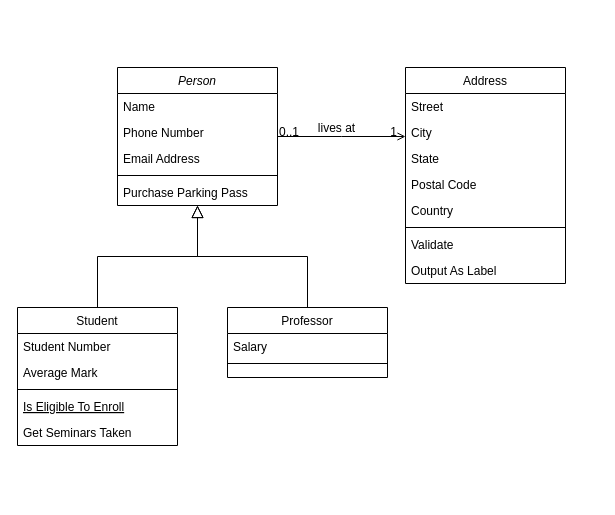
LucasOtw/Site_Bonifacio keeps this draw.io diagram as Diagramme sans nom.drawio. Above is the earlier version. Source tidied: cells renumbered, new cells numbered last; positions are measured from the earlier drawing's top-left corner, leaving out a move shared by most shapes. Both pictures are drawn from the tidied source at 100%, with x=0, y=0 at pixel (17, 67).
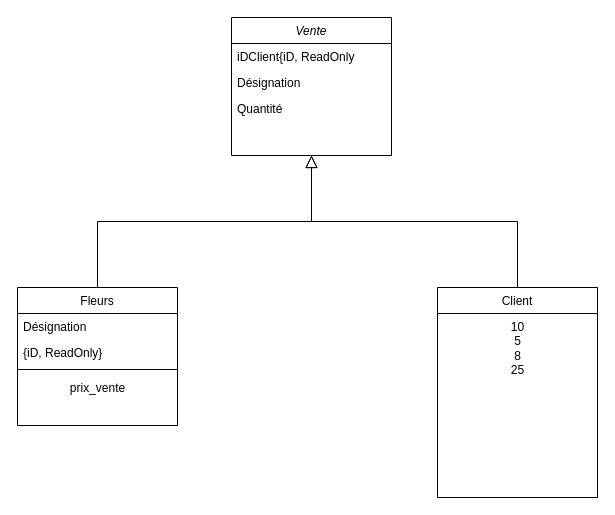
Above is the later version.

Commit message:
Mettre à jour Diagramme sans nom.drawio

What changed in the source:
```diff
@@
-    <mxCell id="2" value="Person" style="swimlane;fontStyle=2;align=center;verticalAlign=top;horizontal=1;startSize=26;rounded=0;shadow=0;strokeWidth=1;" parent="1" vertex="1">
-      <mxGeometry x="100" width="160" height="138" as="geometry" />
+    <mxCell id="2" value="Vente" style="swimlane;fontStyle=2;align=center;verticalAlign=top;horizontal=1;startSize=26;rounded=0;shadow=0;strokeWidth=1;" parent="1" vertex="1">
+      <mxGeometry x="214" y="-50" width="160" height="138" as="geometry" />
     </mxCell>
-    <mxCell id="3" value="Name" style="text;align=left;verticalAlign=top;spacingLeft=4;spacingRight=4;overflow=hidden;" parent="2" vertex="1">
+    <mxCell id="3" value="iDClient{iD, ReadOnly" style="text;align=left;verticalAlign=top;spacingLeft=4;spacingRight=4;overflow=hidden;" parent="2" vertex="1">
       <mxGeometry y="26" width="160" height="26" as="geometry" />
     </mxCell>
-    <mxCell id="4" value="Phone Number" style="text;align=left;verticalAlign=top;spacingLeft=4;spacingRight=4;overflow=hidden;rounded=0;shadow=0;html=0;" parent="2" vertex="1">
+    <mxCell id="4" value="Désignation" style="text;align=left;verticalAlign=top;spacingLeft=4;spacingRight=4;overflow=hidden;rounded=0;shadow=0;html=0;" parent="2" vertex="1">
       <mxGeometry y="52" width="160" height="26" as="geometry" />
     </mxCell>
-    <mxCell id="5" value="Email Address" style="text;align=left;verticalAlign=top;spacingLeft=4;spacingRight=4;overflow=hidden;rounded=0;shadow=0;html=0;" parent="2" vertex="1">
+    <mxCell id="5" value="Quantité" style="text;align=left;verticalAlign=top;spacingLeft=4;spacingRight=4;overflow=hidden;rounded=0;shadow=0;html=0;" parent="2" vertex="1">
       <mxGeometry y="78" width="160" height="26" as="geometry" />
     </mxCell>
-    <mxCell id="6" style="line;html=1;strokeWidth=1;align=left;verticalAlign=middle;spacingTop=-1;spacingLeft=3;spacingRight=3;labelPosition=right;" parent="2" vertex="1">
-      <mxGeometry y="104" width="160" height="8" as="geometry" />
-    </mxCell>
-    <mxCell id="7" value="Purchase Parking Pass" style="text;align=left;verticalAlign=top;spacingLeft=4;spacingRight=4;overflow=hidden;" parent="2" vertex="1">
-      <mxGeometry y="112" width="160" height="26" as="geometry" />
-    </mxCell>
-    <mxCell id="8" value="Student" style="swimlane;fontStyle=0;align=center;verticalAlign=top;horizontal=1;startSize=26;rounded=0;shadow=0;strokeWidth=1;" parent="1" vertex="1">
-      <mxGeometry y="240" width="160" height="138" as="geometry" />
+    <mxCell id="8" value="Fleurs" style="swimlane;fontStyle=0;align=center;verticalAlign=top;horizontal=1;startSize=26;rounded=0;shadow=0;strokeWidth=1;" parent="1" vertex="1">
+      <mxGeometry y="220" width="160" height="138" as="geometry" />
     </mxCell>
-    <mxCell id="9" value="Student Number" style="text;align=left;verticalAlign=top;spacingLeft=4;spacingRight=4;overflow=hidden;" parent="8" vertex="1">
+    <mxCell id="9" value="Désignation" style="text;align=left;verticalAlign=top;spacingLeft=4;spacingRight=4;overflow=hidden;" parent="8" vertex="1">
       <mxGeometry y="26" width="160" height="26" as="geometry" />
     </mxCell>
-    <mxCell id="10" value="Average Mark" style="text;align=left;verticalAlign=top;spacingLeft=4;spacingRight=4;overflow=hidden;rounded=0;shadow=0;html=0;" parent="8" vertex="1">
+    <mxCell id="10" value="{iD, ReadOnly}&#10;" style="text;align=left;verticalAlign=top;spacingLeft=4;spacingRight=4;overflow=hidden;rounded=0;shadow=0;html=0;" parent="8" vertex="1">
       <mxGeometry y="52" width="160" height="26" as="geometry" />
     </mxCell>
@@
-    <mxCell id="12" value="Is Eligible To Enroll" style="text;align=left;verticalAlign=top;spacingLeft=4;spacingRight=4;overflow=hidden;fontStyle=4;" parent="8" vertex="1">
-      <mxGeometry y="86" width="160" height="26" as="geometry" />
-    </mxCell>
-    <mxCell id="13" value="Get Seminars Taken" style="text;align=left;verticalAlign=top;spacingLeft=4;spacingRight=4;overflow=hidden;" parent="8" vertex="1">
-      <mxGeometry y="112" width="160" height="26" as="geometry" />
-    </mxCell>
+    <mxCell id="32" value="prix_vente" style="text;html=1;align=center;verticalAlign=middle;strokeColor=none;fillColor=none;" parent="8" vertex="1">
+      <mxGeometry y="86" width="160" height="30" as="geometry" />
+    </mxCell>
@@
-    <mxCell id="15" value="Professor" style="swimlane;fontStyle=0;align=center;verticalAlign=top;horizontal=1;startSize=26;rounded=0;shadow=0;strokeWidth=1;" parent="1" vertex="1">
-      <mxGeometry x="210" y="240" width="160" height="70" as="geometry" />
+    <mxCell id="15" value="Client" style="swimlane;fontStyle=0;align=center;verticalAlign=top;horizontal=1;startSize=26;rounded=0;shadow=0;strokeWidth=1;" parent="1" vertex="1">
+      <mxGeometry x="420" y="220" width="160" height="210" as="geometry" />
     </mxCell>
-    <mxCell id="16" value="Salary" style="text;align=left;verticalAlign=top;spacingLeft=4;spacingRight=4;overflow=hidden;" parent="15" vertex="1">
-      <mxGeometry y="26" width="160" height="26" as="geometry" />
-    </mxCell>
-    <mxCell id="17" style="line;html=1;strokeWidth=1;align=left;verticalAlign=middle;spacingTop=-1;spacingLeft=3;spacingRight=3;labelPosition=right;" parent="15" vertex="1">
-      <mxGeometry y="52" width="160" height="8" as="geometry" />
-    </mxCell>
+    <mxCell id="33" value="10&lt;br&gt;5&lt;br&gt;8&lt;br&gt;25" style="text;html=1;align=center;verticalAlign=middle;strokeColor=none;fillColor=none;" parent="15" vertex="1">
+      <mxGeometry y="26" width="160" height="70" as="geometry" />
+    </mxCell>
@@
-    <mxCell id="19" value="Address" style="swimlane;fontStyle=0;align=center;verticalAlign=top;horizontal=1;startSize=26;rounded=0;shadow=0;strokeWidth=1;" parent="1" vertex="1">
-      <mxGeometry x="388" width="160" height="216" as="geometry" />
-    </mxCell>
-    <mxCell id="20" value="Street" style="text;align=left;verticalAlign=top;spacingLeft=4;spacingRight=4;overflow=hidden;" parent="19" vertex="1">
-      <mxGeometry y="26" width="160" height="26" as="geometry" />
-    </mxCell>
-    <mxCell id="21" value="City" style="text;align=left;verticalAlign=top;spacingLeft=4;spacingRight=4;overflow=hidden;rounded=0;shadow=0;html=0;" parent="19" vertex="1">
-      <mxGeometry y="52" width="160" height="26" as="geometry" />
-    </mxCell>
-    <mxCell id="22" value="State" style="text;align=left;verticalAlign=top;spacingLeft=4;spacingRight=4;overflow=hidden;rounded=0;shadow=0;html=0;" parent="19" vertex="1">
-      <mxGeometry y="78" width="160" height="26" as="geometry" />
-    </mxCell>
-    <mxCell id="23" value="Postal Code" style="text;align=left;verticalAlign=top;spacingLeft=4;spacingRight=4;overflow=hidden;rounded=0;shadow=0;html=0;" parent="19" vertex="1">
-      <mxGeometry y="104" width="160" height="26" as="geometry" />
-    </mxCell>
-    <mxCell id="24" value="Country" style="text;align=left;verticalAlign=top;spacingLeft=4;spacingRight=4;overflow=hidden;rounded=0;shadow=0;html=0;" parent="19" vertex="1">
-      <mxGeometry y="130" width="160" height="26" as="geometry" />
-    </mxCell>
-    <mxCell id="25" style="line;html=1;strokeWidth=1;align=left;verticalAlign=middle;spacingTop=-1;spacingLeft=3;spacingRight=3;labelPosition=right;" parent="19" vertex="1">
-      <mxGeometry y="156" width="160" height="8" as="geometry" />
-    </mxCell>
-    <mxCell id="26" value="Validate" style="text;align=left;verticalAlign=top;spacingLeft=4;spacingRight=4;overflow=hidden;" parent="19" vertex="1">
-      <mxGeometry y="164" width="160" height="26" as="geometry" />
-    </mxCell>
-    <mxCell id="27" value="Output As Label" style="text;align=left;verticalAlign=top;spacingLeft=4;spacingRight=4;overflow=hidden;" parent="19" vertex="1">
-      <mxGeometry y="190" width="160" height="26" as="geometry" />
-    </mxCell>
-    <mxCell id="28" style="endArrow=open;shadow=0;strokeWidth=1;rounded=0;endFill=1;edgeStyle=elbowEdgeStyle;elbow=vertical;" parent="1" edge="1" source="2" target="19">
-      <mxGeometry x="0.5" y="41" relative="1" as="geometry">
-        <mxPoint x="-40" y="32" as="offset" />
-      </mxGeometry>
-    </mxCell>
-    <mxCell id="29" value="0..1" style="align=left;verticalAlign=bottom;labelBackgroundColor=none;fontSize=12;" parent="28" vertex="1">
-      <mxGeometry x="-1" relative="1" as="geometry">
-        <mxPoint y="4" as="offset" />
-      </mxGeometry>
-    </mxCell>
-    <mxCell id="30" value="1" style="align=right;verticalAlign=bottom;labelBackgroundColor=none;fontSize=12;" parent="28" vertex="1">
-      <mxGeometry x="1" relative="1" as="geometry">
-        <mxPoint x="-7" y="4" as="offset" />
-      </mxGeometry>
-    </mxCell>
-    <mxCell id="31" value="lives at" style="text;html=1;align=center;verticalAlign=middle;labelBackgroundColor=none;rounded=0;shadow=0;strokeWidth=1;fontSize=12;" parent="28" vertex="1">
-      <mxGeometry x="0.5" y="49" relative="1" as="geometry">
-        <mxPoint x="-38" y="40" as="offset" />
-      </mxGeometry>
-    </mxCell>
```
